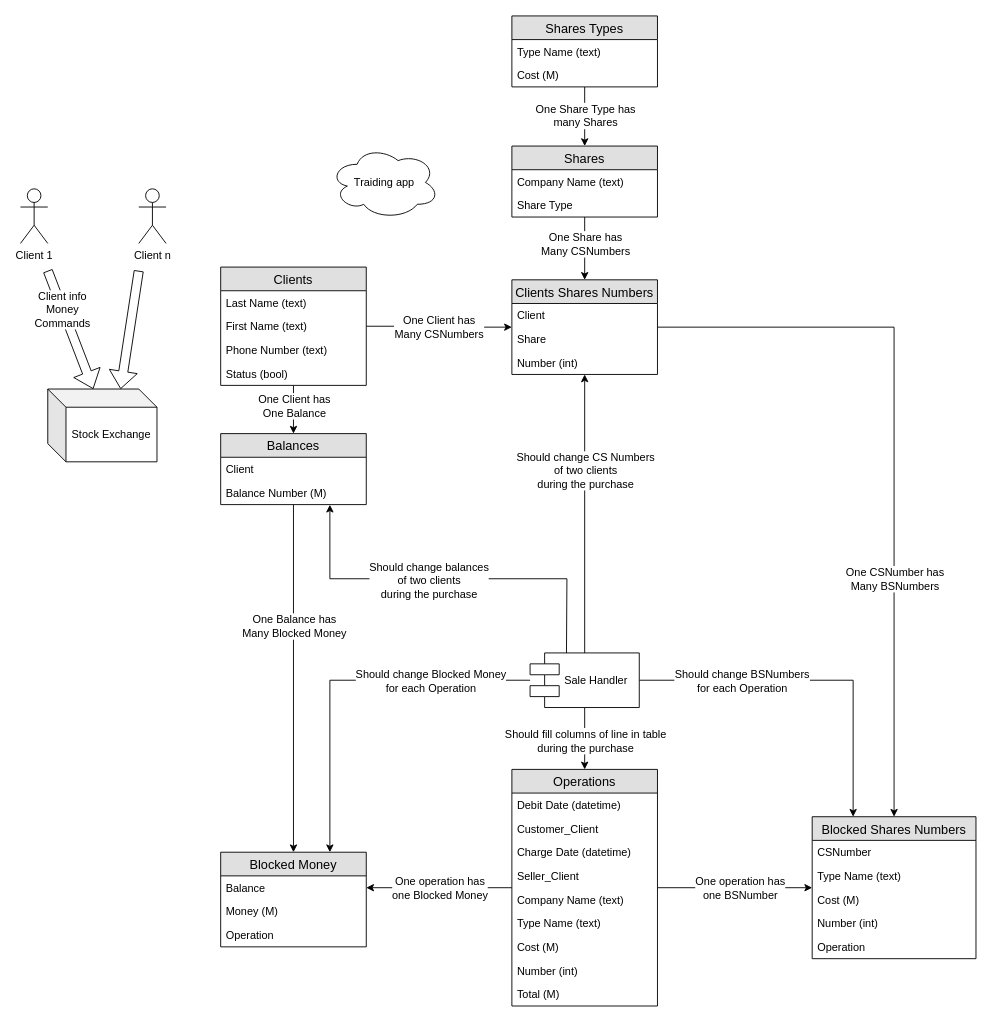
Earlier version of the draw.io diagram HW6/Valeriy_Satkov/TraidingSchema.drawio (Avyalikov/net-courses-2019). Source tidied: cells renumbered, new cells numbered last; positions are measured from the earlier drawing's top-left corner, leaving out a move shared by most shapes. Both pictures are drawn from the tidied source at 91%, with x=0, y=0 at pixel (20, 15).
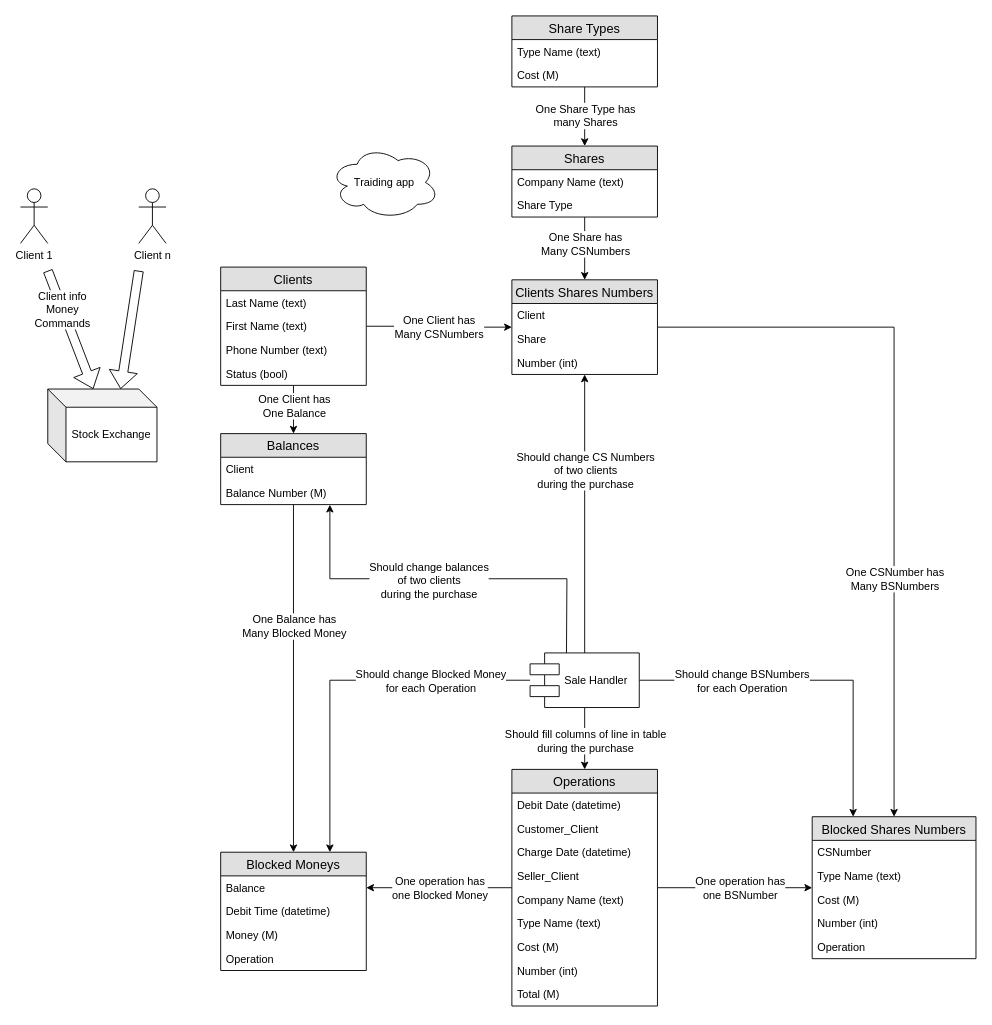
After the change.

The edit, as a diff of the source:
```diff
@@
-    <mxCell id="36" value="Shares Types" style="swimlane;fontStyle=0;horizontal=1;startSize=26;fillColor=#e0e0e0;swimlaneFillColor=#ffffff;align=center;fontSize=14;" parent="1" vertex="1">
+    <mxCell id="36" value="Share Types" style="swimlane;fontStyle=0;horizontal=1;startSize=26;fillColor=#e0e0e0;swimlaneFillColor=#ffffff;align=center;fontSize=14;" parent="1" vertex="1">
       <mxGeometry x="540" width="160" height="78" as="geometry" />
     </mxCell>
@@
-    <mxCell id="64" value="Blocked Money" style="swimlane;fontStyle=0;horizontal=1;startSize=26;fillColor=#e0e0e0;swimlaneFillColor=#ffffff;align=center;fontSize=14;" parent="1" vertex="1">
-      <mxGeometry x="220" y="919" width="160" height="104" as="geometry" />
+    <mxCell id="64" value="Blocked Moneys" style="swimlane;fontStyle=0;horizontal=1;startSize=26;fillColor=#e0e0e0;swimlaneFillColor=#ffffff;align=center;fontSize=14;" parent="1" vertex="1">
+      <mxGeometry x="220" y="919" width="160" height="130" as="geometry" />
     </mxCell>
@@
+    <mxCell id="74" value="Debit Time (datetime)" style="text;strokeColor=none;fillColor=none;spacingLeft=4;spacingRight=4;overflow=hidden;fontSize=12;" parent="64" vertex="1">
+      <mxGeometry y="52" width="160" height="26" as="geometry" />
+    </mxCell>
     <mxCell id="66" value="Money (M)" style="text;strokeColor=none;fillColor=none;spacingLeft=4;spacingRight=4;overflow=hidden;fontSize=12;" parent="64" vertex="1">
-      <mxGeometry y="52" width="160" height="26" as="geometry" />
+      <mxGeometry y="78" width="160" height="26" as="geometry" />
     </mxCell>
     <mxCell id="67" value="Operation" style="text;strokeColor=none;fillColor=none;spacingLeft=4;spacingRight=4;overflow=hidden;fontSize=12;" parent="64" vertex="1">
-      <mxGeometry y="78" width="160" height="26" as="geometry" />
+      <mxGeometry y="104" width="160" height="26" as="geometry" />
     </mxCell>
```
